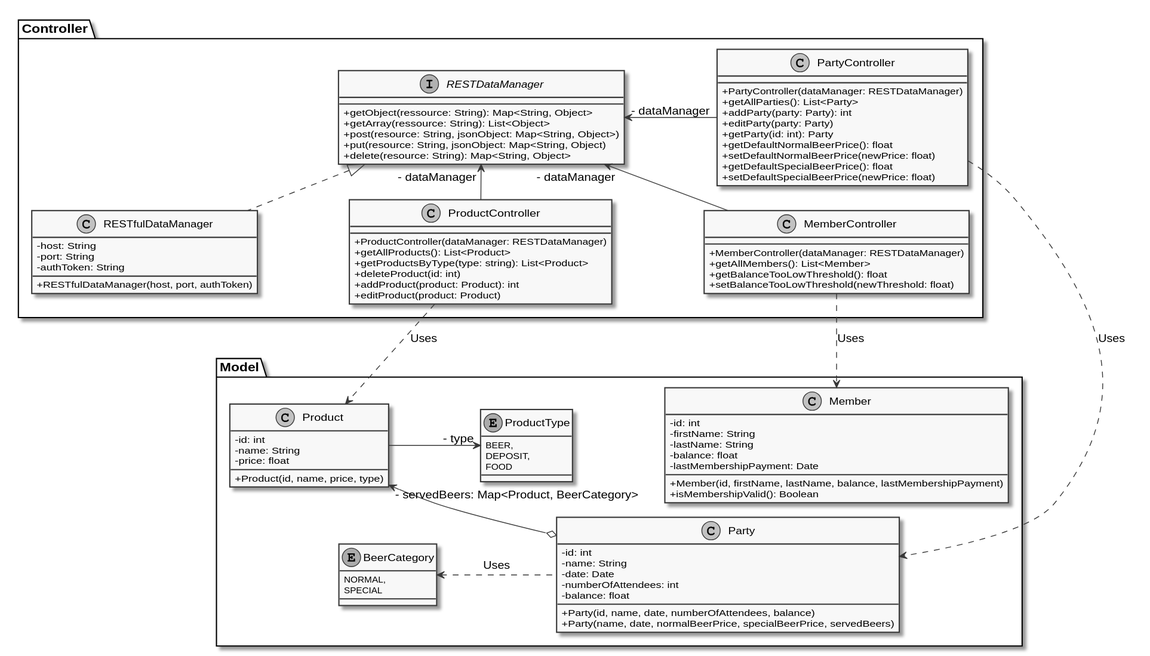
lutrampal/sbeereck-app keeps this PlantUML diagram as docs/front-end/classDiagram.svg. Above is the earlier version.
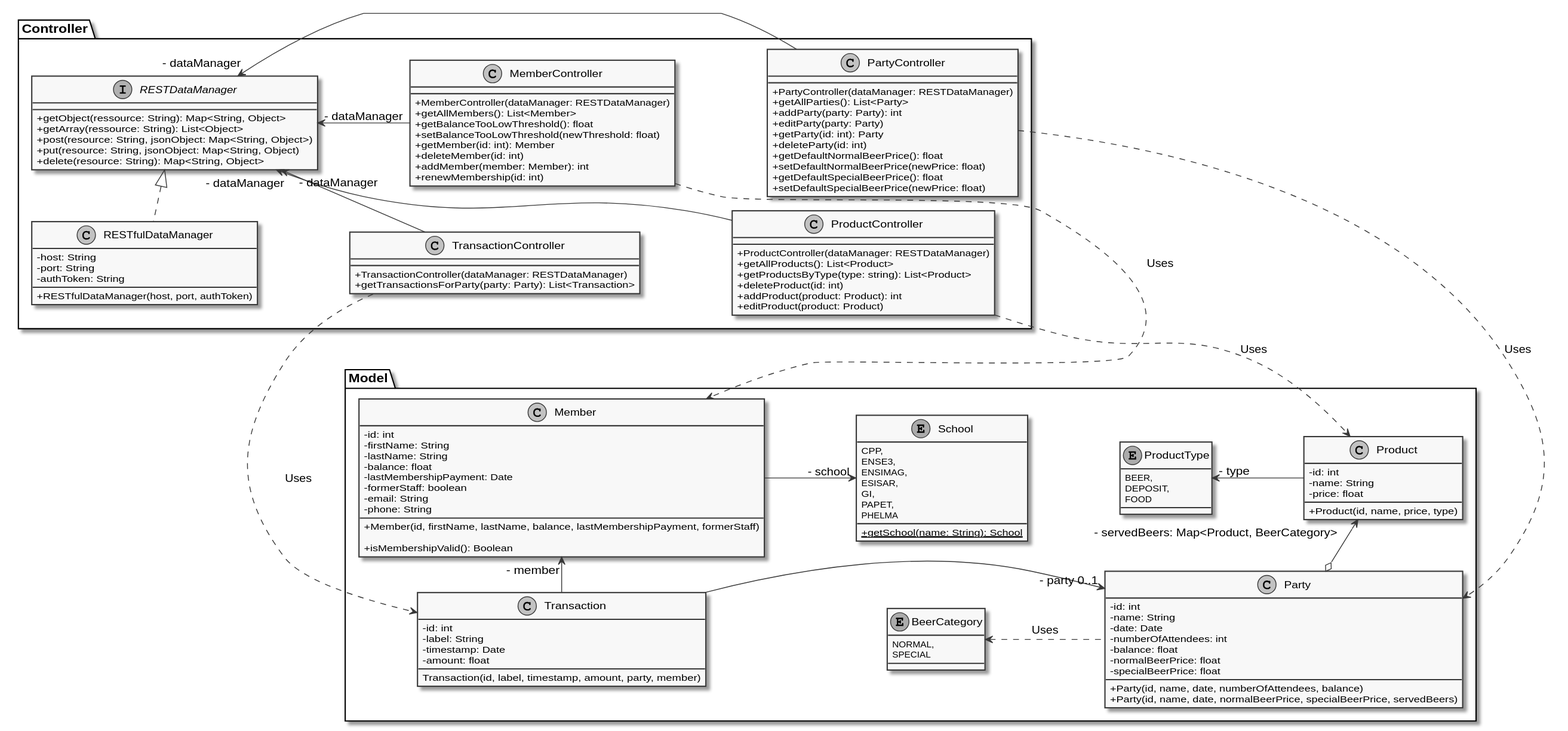
After the commit.

What changed in the source:
```diff
@@ -11,8 +11,10 @@
 		- date: Date
 		- numberOfAttendees: int
 		- balance: float
+		- normalBeerPrice: float
+		- specialBeerPrice: float
 		+ Party(id, name, date, numberOfAttendees, balance)
-		+ Party(name, date, normalBeerPrice, specialBeerPrice, servedBeers)
+		+ Party(id, name, date, normalBeerPrice, specialBeerPrice, servedBeers)
 	}
 
 	class Product {
@@ -45,9 +47,37 @@
 		- lastName: String
 		- balance: float
 		- lastMembershipPayment: Date
-		+ Member(id, firstName, lastName, balance, lastMembershipPayment)
+		- formerStaff: boolean
+		- email: String
+		- phone: String
+		+ Member(id, firstName, lastName, balance, lastMembershipPayment, formerStaff)
+
 		+ isMembershipValid(): Boolean
 	}
+
+	enum School {
+		CPP,
+		ENSE3,
+		ENSIMAG,
+		ESISAR,
+		GI,
+		PAPET,
+		PHELMA
+		+ {static} getSchool(name: String): School
+	}
+
+	Member -> "- school" School
+
+	class Transaction {
+		- id: int
+		- label: String
+		- timestamp: Date
+		- amount: float
+		Transaction(id, label, timestamp, amount, party, member)
+	}
+
+	Party "- party 0..1" <- Transaction
+	Member "- member" <-- Transaction
 }
 
 package Controller {
@@ -75,6 +105,7 @@
 		+ addParty(party: Party): int
 		+ editParty(party: Party)
 		+ getParty(id: int): Party
+		+ deleteParty(id: int)
 		+ getDefaultNormalBeerPrice(): float
 		+ setDefaultNormalBeerPrice(newPrice: float)
 		+ getDefaultSpecialBeerPrice(): float
@@ -99,12 +130,25 @@
 		+ getAllMembers(): List<Member>
 		+ getBalanceTooLowThreshold(): float
 		+ setBalanceTooLowThreshold(newThreshold: float)
+		+ getMember(id: int): Member
+		+ deleteMember(id: int)
+		+ addMember(member: Member): int
+		+ renewMembership(id: int)
 	}
 
-	RESTDataManager "- dataManager" <-- MemberController
+	MemberController -> "- dataManager" RESTDataManager
+
+	Class TransactionController {
+		+ TransactionController(dataManager: RESTDataManager)
+		+ getTransactionsForParty(party: Party): List<Transaction>
+	}
+
+	RESTDataManager "- dataManager" <-- TransactionController
+
 }
 
 PartyController ..> Party: Uses
 ProductController ..> Product: Uses
 MemberController ..> Member: Uses
+TransactionController ..> Transaction: Uses
 @enduml
```
